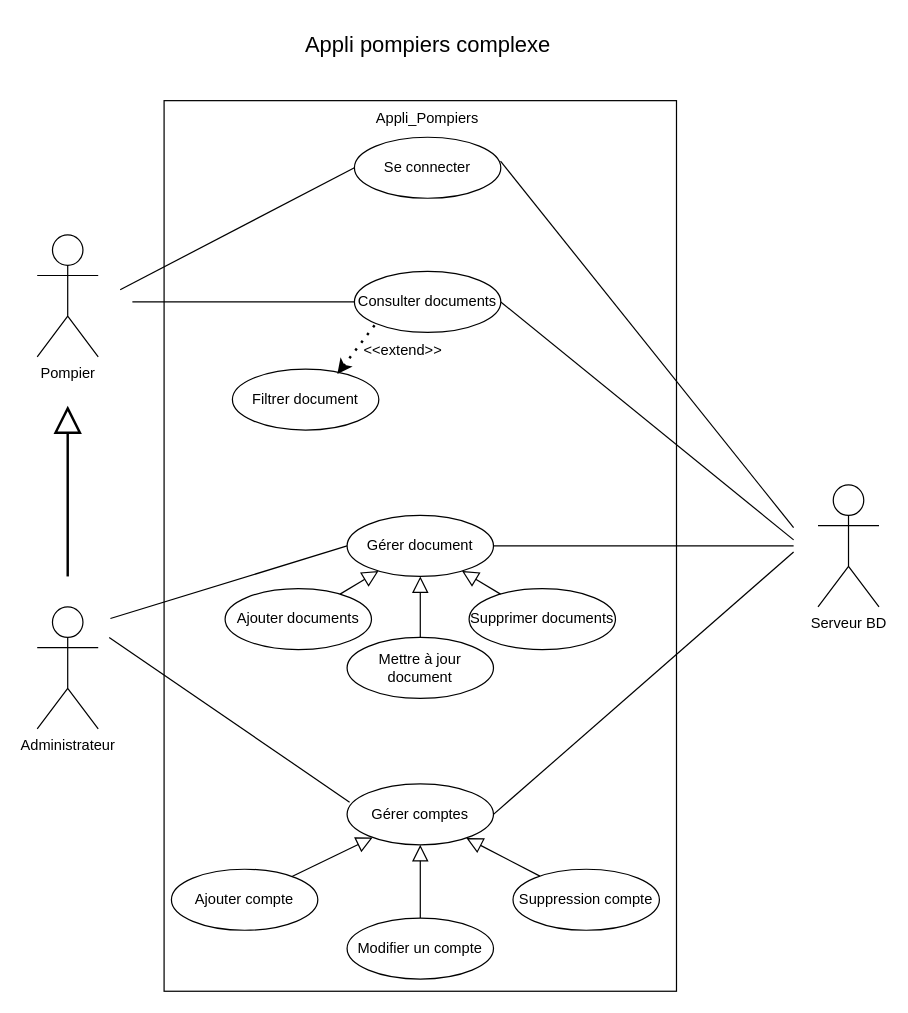
This is page "CU complexe" (2 of 2) of CasUtilisation.drawio from DorianLudm/Appli_Pompiers, a draw.io file, before an edit. Source tidied: cells renumbered, new cells numbered last; positions are measured from the earlier drawing's top-left corner, leaving out a move shared by most shapes. Both pictures are drawn from the tidied source at 122%, with x=0, y=0 at pixel (37, 21).
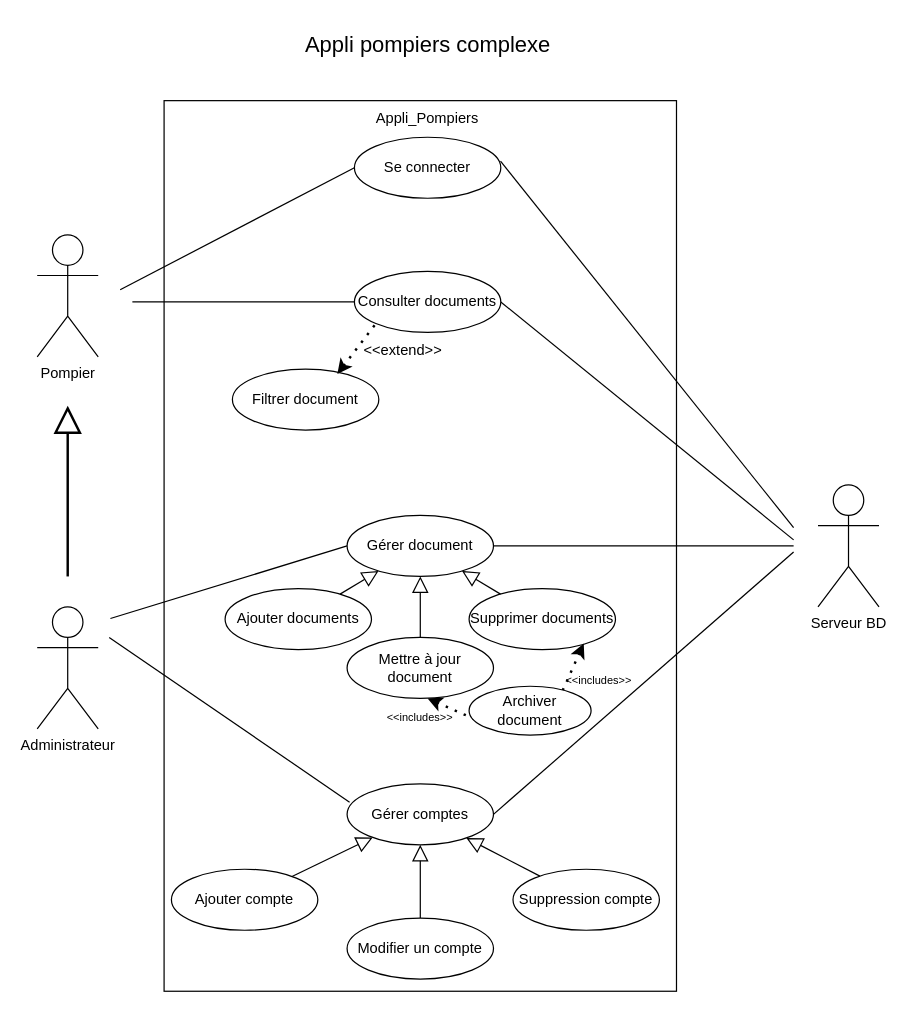
Above is the later version.

Commit message:
Ajout CU archiver document

Change to the diagram source:
```diff
@@
+    <mxCell id="36" style="endArrow=none;dashed=1;html=1;dashPattern=1 3;strokeWidth=2;rounded=0;entryX=0;entryY=1;entryDx=0;entryDy=0;startArrow=classic;startFill=1;" parent="1" edge="1">
+      <mxGeometry relative="1" as="geometry">
+        <mxPoint x="448" y="510" as="sourcePoint" />
+        <mxPoint x="430" y="550" as="targetPoint" />
+      </mxGeometry>
+    </mxCell>
+    <mxCell id="37" value="&lt;font style=&quot;font-size: 9px;&quot;&gt;&amp;lt;&amp;lt;includes&amp;gt;&amp;gt;&lt;/font&gt;" style="text;html=1;strokeColor=none;fillColor=none;align=center;verticalAlign=middle;whiteSpace=wrap;rounded=0;" parent="1" vertex="1">
+      <mxGeometry x="284" y="555" width="60" height="30" as="geometry" />
+    </mxCell>
+    <mxCell id="38" style="endArrow=none;dashed=1;html=1;dashPattern=1 3;strokeWidth=2;rounded=0;startArrow=classic;startFill=1;" parent="1" edge="1">
+      <mxGeometry relative="1" as="geometry">
+        <mxPoint x="320" y="555" as="sourcePoint" />
+        <mxPoint x="361" y="573" as="targetPoint" />
+      </mxGeometry>
+    </mxCell>
+    <mxCell id="39" value="Archiver document" style="ellipse;whiteSpace=wrap;html=1;" parent="1" vertex="1">
+      <mxGeometry x="354" y="545" width="100" height="40" as="geometry" />
+    </mxCell>
+    <mxCell id="40" value="&lt;font style=&quot;font-size: 9px;&quot;&gt;&amp;lt;&amp;lt;includes&amp;gt;&amp;gt;&lt;/font&gt;" style="text;html=1;align=center;verticalAlign=middle;strokeColor=none;fillColor=none;" parent="1" vertex="1">
+      <mxGeometry x="420" y="525" width="80" height="30" as="geometry" />
+    </mxCell>
```
